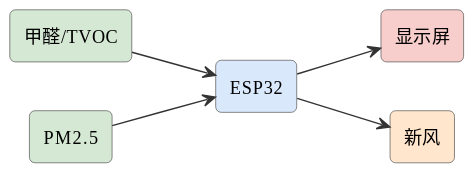
Before: assets/diagrams/ideas-fig37.svg, a diagram exported from PlantUML (mingyi0818/IntelligentMcuCourse).
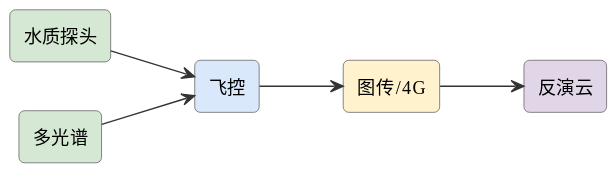
Above is the later version.

What changed in the source:
```diff
@@ -6,13 +6,13 @@
 skinparam arrowFontSize 11
 skinparam arrowColor #333
 left to right direction
-rectangle "甲醛/TVOC" as gas #d5e8d4
-rectangle "PM2.5" as pm #d5e8d4
-rectangle "ESP32" as esp #dae8fc
-rectangle "显示屏" as scr #f8cecc
-rectangle "新风" as air #ffe6cc
-gas --> esp
-pm --> esp
-esp --> scr
-esp --> air
+rectangle "水质探头" as probe #d5e8d4
+rectangle "多光谱" as cam #d5e8d4
+rectangle "飞控" as fc #dae8fc
+rectangle "图传/4G" as link #fff2cc
+rectangle "反演云" as cloud #e1d5e8
+probe --> fc
+cam --> fc
+fc --> link
+link --> cloud
 @enduml
```
